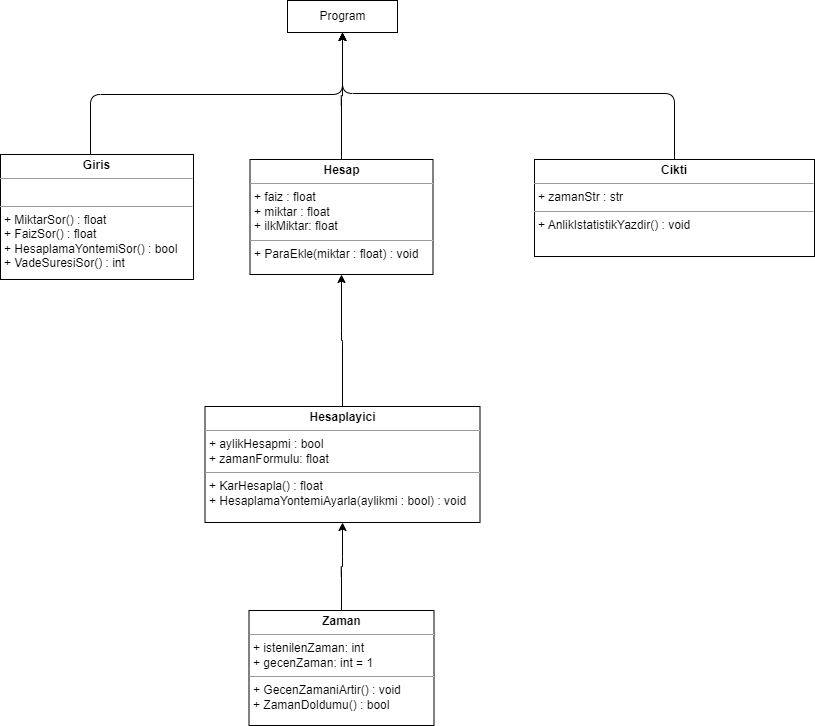
Earlier version of the draw.io export Diyagramlar/UML Diyagramı.drawio.png (VirtualExecutive/Mevduat-Faiz-Hesaplama). Source tidied: cells renumbered, new cells last; positions are measured from the earlier drawing's top-left corner, leaving out a move shared by most shapes.
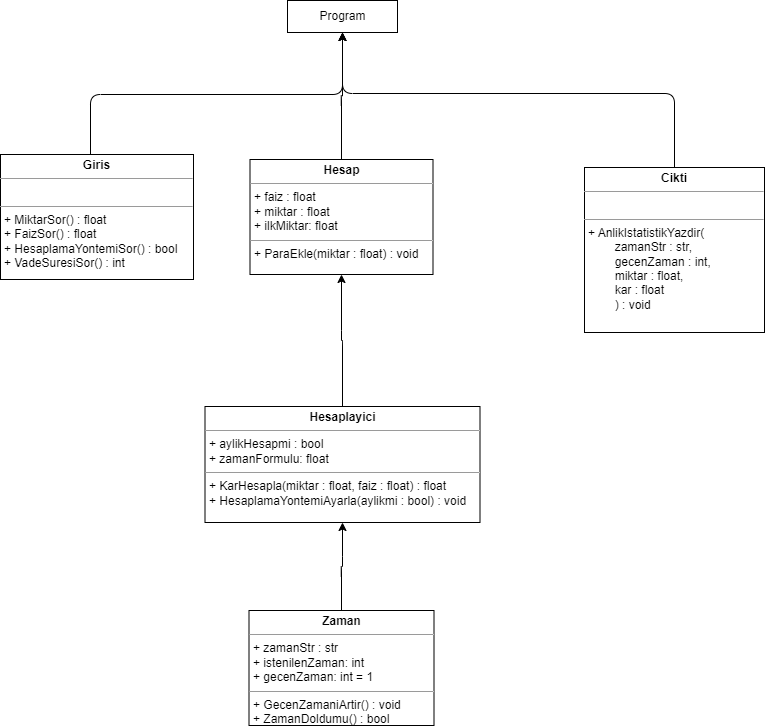
After the change.

Commit message:
UML Diyagramı v1.1.2

Cikti Güncellendi
Hesaplayici KarHesaplama() güncellendi.
Zaman Güncellendi.

What changed in the source:
```diff
@@ -5,13 +5,13 @@
     <mxCell id="2" style="edgeStyle=orthogonalEdgeStyle;html=1;" parent="1" edge="1" source="3" target="5">
       <mxGeometry relative="1" as="geometry" />
     </mxCell>
-    <mxCell id="3" value="&lt;p style=&quot;text-align: center; margin: 4px 0px 0px;&quot;&gt;&lt;b&gt;Zaman&lt;/b&gt;&lt;/p&gt;&lt;hr size=&quot;1&quot;&gt;&lt;p style=&quot;margin:0px;margin-left:4px;&quot;&gt;+ istenilenZaman: int&lt;/p&gt;&lt;p style=&quot;margin:0px;margin-left:4px;&quot;&gt;&lt;span style=&quot;background-color: initial;&quot;&gt;+ gecenZaman: int = 1&lt;/span&gt;&lt;/p&gt;&lt;hr size=&quot;1&quot;&gt;&lt;p style=&quot;margin: 0px 0px 0px 4px;&quot;&gt;+ GecenZamaniArtir() : void&lt;/p&gt;&lt;p style=&quot;margin: 0px 0px 0px 4px;&quot;&gt;+ ZamanDoldumu() : bool&lt;/p&gt;&lt;p style=&quot;margin: 0px 0px 0px 4px;&quot;&gt;&lt;br&gt;&lt;/p&gt;" style="verticalAlign=top;align=left;overflow=fill;fontSize=12;fontFamily=Helvetica;html=1;" parent="1" vertex="1">
+    <mxCell id="3" value="&lt;p style=&quot;text-align: center; margin: 4px 0px 0px;&quot;&gt;&lt;b&gt;Zaman&lt;/b&gt;&lt;/p&gt;&lt;hr size=&quot;1&quot;&gt;&lt;p style=&quot;margin:0px;margin-left:4px;&quot;&gt;+ zamanStr : str&lt;br&gt;&lt;/p&gt;&lt;p style=&quot;margin:0px;margin-left:4px;&quot;&gt;+ istenilenZaman: int&lt;/p&gt;&lt;p style=&quot;margin:0px;margin-left:4px;&quot;&gt;&lt;span style=&quot;background-color: initial;&quot;&gt;+ gecenZaman: int = 1&lt;/span&gt;&lt;/p&gt;&lt;hr size=&quot;1&quot;&gt;&lt;p style=&quot;margin: 0px 0px 0px 4px;&quot;&gt;+ GecenZamaniArtir() : void&lt;/p&gt;&lt;p style=&quot;margin: 0px 0px 0px 4px;&quot;&gt;+ ZamanDoldumu() : bool&lt;/p&gt;&lt;p style=&quot;margin: 0px 0px 0px 4px;&quot;&gt;&lt;br&gt;&lt;/p&gt;" style="verticalAlign=top;align=left;overflow=fill;fontSize=12;fontFamily=Helvetica;html=1;" parent="1" vertex="1">
       <mxGeometry x="248.5" y="610" width="185" height="115" as="geometry" />
     </mxCell>
     <mxCell id="4" style="edgeStyle=orthogonalEdgeStyle;html=1;" parent="1" edge="1" source="5" target="7">
       <mxGeometry relative="1" as="geometry" />
     </mxCell>
-    <mxCell id="5" value="&lt;p style=&quot;text-align: center; margin: 4px 0px 0px;&quot;&gt;&lt;b&gt;Hesaplayici&lt;/b&gt;&lt;/p&gt;&lt;hr size=&quot;1&quot;&gt;&lt;p style=&quot;margin:0px;margin-left:4px;&quot;&gt;&lt;span style=&quot;background-color: initial;&quot;&gt;+ aylikHesapmi : bool&lt;/span&gt;&lt;br&gt;&lt;/p&gt;&lt;p style=&quot;margin:0px;margin-left:4px;&quot;&gt;+ zamanFormulu: float&lt;/p&gt;&lt;hr size=&quot;1&quot;&gt;&lt;p style=&quot;margin: 0px 0px 0px 4px;&quot;&gt;+ KarHesapla() : float&lt;/p&gt;&lt;p style=&quot;margin: 0px 0px 0px 4px;&quot;&gt;+ HesaplamaYontemiAyarla(aylikmi : bool) : void&lt;/p&gt;&lt;p style=&quot;margin: 0px 0px 0px 4px;&quot;&gt;&lt;br&gt;&lt;/p&gt;" style="verticalAlign=top;align=left;overflow=fill;fontSize=12;fontFamily=Helvetica;html=1;" parent="1" vertex="1">
+    <mxCell id="5" value="&lt;p style=&quot;text-align: center; margin: 4px 0px 0px;&quot;&gt;&lt;b&gt;Hesaplayici&lt;/b&gt;&lt;/p&gt;&lt;hr size=&quot;1&quot;&gt;&lt;p style=&quot;margin:0px;margin-left:4px;&quot;&gt;&lt;span style=&quot;background-color: initial;&quot;&gt;+ aylikHesapmi : bool&lt;/span&gt;&lt;br&gt;&lt;/p&gt;&lt;p style=&quot;margin:0px;margin-left:4px;&quot;&gt;+ zamanFormulu: float&lt;/p&gt;&lt;hr size=&quot;1&quot;&gt;&lt;p style=&quot;margin: 0px 0px 0px 4px;&quot;&gt;+ KarHesapla(miktar : float, faiz : float) : float&lt;/p&gt;&lt;p style=&quot;margin: 0px 0px 0px 4px;&quot;&gt;+ HesaplamaYontemiAyarla(aylikmi : bool) : void&lt;/p&gt;&lt;p style=&quot;margin: 0px 0px 0px 4px;&quot;&gt;&lt;br&gt;&lt;/p&gt;" style="verticalAlign=top;align=left;overflow=fill;fontSize=12;fontFamily=Helvetica;html=1;" parent="1" vertex="1">
       <mxGeometry x="204.5" y="406" width="275" height="116" as="geometry" />
     </mxCell>
     <mxCell id="6" style="edgeStyle=orthogonalEdgeStyle;html=1;exitX=0.5;exitY=0;exitDx=0;exitDy=0;" parent="1" edge="1" source="7" target="10">
@@ -42,8 +42,8 @@
         </Array>
       </mxGeometry>
     </mxCell>
-    <mxCell id="12" value="&lt;p style=&quot;text-align: center; margin: 4px 0px 0px;&quot;&gt;&lt;b&gt;Cikti&lt;/b&gt;&lt;/p&gt;&lt;hr size=&quot;1&quot;&gt;&lt;p style=&quot;margin:0px;margin-left:4px;&quot;&gt;+ zamanStr : str&lt;/p&gt;&lt;hr size=&quot;1&quot;&gt;&lt;p style=&quot;margin: 0px 0px 0px 4px;&quot;&gt;+ AnlikIstatistikYazdir() : void&lt;/p&gt;" style="verticalAlign=top;align=left;overflow=fill;fontSize=12;fontFamily=Helvetica;html=1;" parent="1" vertex="1">
-      <mxGeometry x="534" y="159" width="280" height="97" as="geometry" />
+    <mxCell id="12" value="&lt;p style=&quot;text-align: center; margin: 4px 0px 0px;&quot;&gt;&lt;b&gt;Cikti&lt;/b&gt;&lt;/p&gt;&lt;hr size=&quot;1&quot;&gt;&lt;p style=&quot;margin:0px;margin-left:4px;&quot;&gt;&lt;br&gt;&lt;/p&gt;&lt;hr size=&quot;1&quot;&gt;&lt;p style=&quot;margin: 0px 0px 0px 4px;&quot;&gt;+ AnlikIstatistikYazdir(&lt;/p&gt;&lt;p style=&quot;margin: 0px 0px 0px 4px;&quot;&gt;&lt;span style=&quot;white-space: pre;&quot;&gt;&#9;&lt;/span&gt;zamanStr : str,&lt;/p&gt;&lt;p style=&quot;margin: 0px 0px 0px 4px;&quot;&gt;&lt;span style=&quot;white-space: pre;&quot;&gt;&#9;&lt;/span&gt;gecenZaman : int,&lt;/p&gt;&lt;p style=&quot;margin: 0px 0px 0px 4px;&quot;&gt;&lt;span style=&quot;white-space: pre;&quot;&gt;&#9;&lt;/span&gt;miktar : float,&lt;br&gt;&lt;/p&gt;&lt;p style=&quot;margin: 0px 0px 0px 4px;&quot;&gt;&lt;span style=&quot;white-space: pre;&quot;&gt;&#9;&lt;/span&gt;kar : float&lt;br&gt;&lt;/p&gt;&lt;p style=&quot;margin: 0px 0px 0px 4px;&quot;&gt;&lt;span style=&quot;background-color: initial;&quot;&gt;&lt;span style=&quot;white-space: pre;&quot;&gt;&#9;&lt;/span&gt;) : void&lt;/span&gt;&lt;/p&gt;" style="verticalAlign=top;align=left;overflow=fill;fontSize=12;fontFamily=Helvetica;html=1;" parent="1" vertex="1">
+      <mxGeometry x="584" y="167" width="180" height="165" as="geometry" />
     </mxCell>
   </root>
 </mxGraphModel>
```
